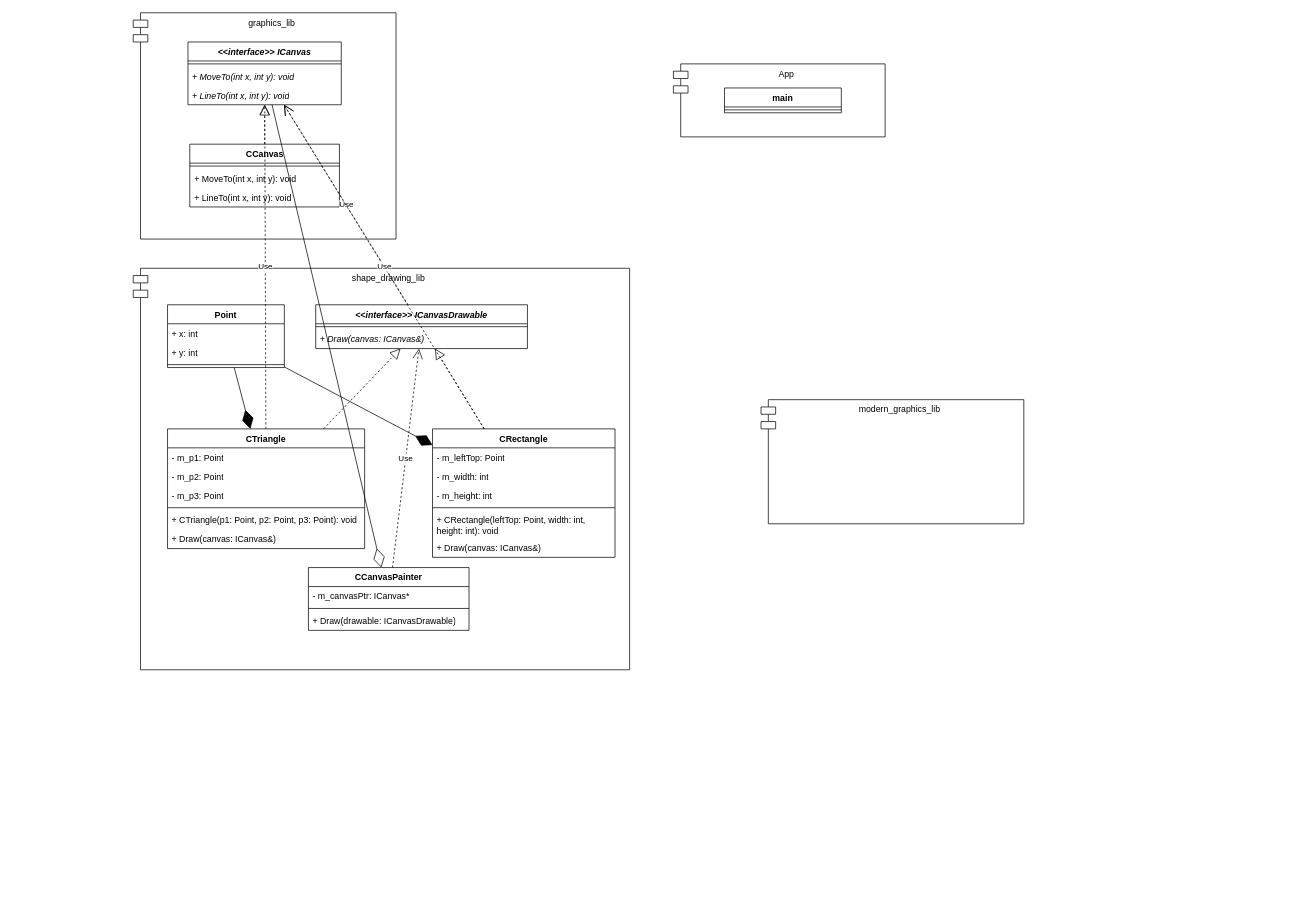
Before: lw6/Adapter.drawio in ProstP/OOD, a draw.io diagram. Source tidied: cells renumbered, new cells numbered last; positions are measured from the earlier drawing's top-left corner, leaving out a move shared by most shapes. Both pictures are drawn from the tidied source at 73%, with x=0, y=0 at pixel (133, 12).
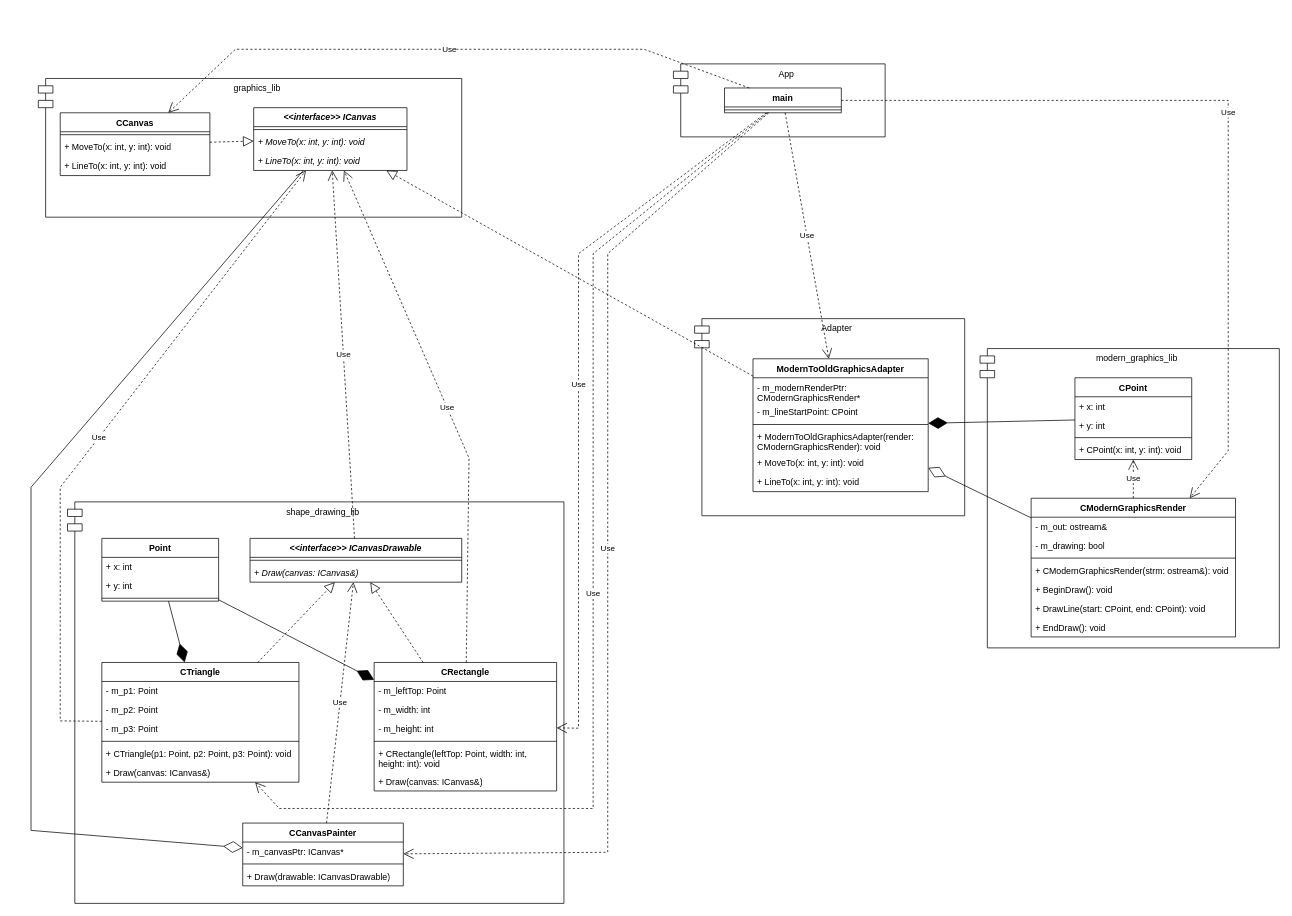
The same page after the edit.

Commit message:
Lw6-1 Доделал диаграмму классов

The change refers to these unchanged cells:
```xml
<mxCell id="3" value="main" style="swimlane;fontStyle=1;align=center;verticalAlign=top;horizontal=1;startSize=26;whiteSpace=wrap;html=1;" parent="1" vertex="1">
  <mxGeometry x="810" y="103" width="160" height="34" as="geometry" />
</mxCell>
```

Diff of the diagram source:
```diff
@@
     <mxCell id="5" value="graphics_lib" style="shape=module;align=left;spacingLeft=20;align=center;verticalAlign=top;whiteSpace=wrap;html=1;" parent="1" vertex="1">
-      <mxGeometry width="360" height="310" as="geometry" />
+      <mxGeometry x="-130" y="90" width="580" height="190" as="geometry" />
     </mxCell>
     <mxCell id="6" value="modern_graphics_lib" style="shape=module;align=left;spacingLeft=20;align=center;verticalAlign=top;whiteSpace=wrap;html=1;" parent="1" vertex="1">
-      <mxGeometry x="860" y="530" width="360" height="170" as="geometry" />
+      <mxGeometry x="1160" y="460" width="410" height="410" as="geometry" />
     </mxCell>
     <mxCell id="7" value="shape_drawing_lib" style="shape=module;align=left;spacingLeft=20;align=center;verticalAlign=top;whiteSpace=wrap;html=1;" parent="1" vertex="1">
-      <mxGeometry y="350" width="680" height="550" as="geometry" />
+      <mxGeometry x="-90" y="670" width="680" height="550" as="geometry" />
     </mxCell>
     <mxCell id="8" value="&lt;i&gt;&amp;lt;&amp;lt;interface&amp;gt;&amp;gt; ICanvas&lt;/i&gt;" style="swimlane;fontStyle=1;align=center;verticalAlign=top;horizontal=1;startSize=26;whiteSpace=wrap;html=1;" parent="1" vertex="1">
-      <mxGeometry x="75" y="40" width="210" height="86" as="geometry" />
+      <mxGeometry x="165" y="130" width="210" height="86" as="geometry" />
     </mxCell>
@@
-    <mxCell id="10" value="&lt;i&gt;+ MoveTo(int x, int y): void&lt;/i&gt;" style="text;strokeColor=none;fillColor=none;align=left;verticalAlign=top;spacingLeft=4;spacingRight=4;overflow=hidden;whiteSpace=wrap;html=1;" parent="8" vertex="1">
+    <mxCell id="10" value="&lt;i&gt;+ MoveTo(x: int, y: int): void&lt;/i&gt;" style="text;strokeColor=none;fillColor=none;align=left;verticalAlign=top;spacingLeft=4;spacingRight=4;overflow=hidden;whiteSpace=wrap;html=1;" parent="8" vertex="1">
       <mxGeometry y="34" width="210" height="26" as="geometry" />
     </mxCell>
-    <mxCell id="11" value="&lt;i&gt;+ LineTo(int x, int y): void&lt;/i&gt;" style="text;strokeColor=none;fillColor=none;align=left;verticalAlign=top;spacingLeft=4;spacingRight=4;overflow=hidden;whiteSpace=wrap;html=1;" parent="8" vertex="1">
+    <mxCell id="11" value="&lt;i&gt;+ LineTo(x: int, y: int): void&lt;/i&gt;" style="text;strokeColor=none;fillColor=none;align=left;verticalAlign=top;spacingLeft=4;spacingRight=4;overflow=hidden;whiteSpace=wrap;html=1;" parent="8" vertex="1">
       <mxGeometry y="60" width="210" height="26" as="geometry" />
     </mxCell>
     <mxCell id="12" value="CCanvas" style="swimlane;fontStyle=1;align=center;verticalAlign=top;horizontal=1;startSize=26;whiteSpace=wrap;html=1;" parent="1" vertex="1">
-      <mxGeometry x="77.5" y="180" width="205" height="86" as="geometry" />
+      <mxGeometry x="-100" y="137" width="205" height="86" as="geometry" />
     </mxCell>
@@
-    <mxCell id="14" value="+ MoveTo(int x, int y): void" style="text;strokeColor=none;fillColor=none;align=left;verticalAlign=top;spacingLeft=4;spacingRight=4;overflow=hidden;whiteSpace=wrap;html=1;" parent="12" vertex="1">
+    <mxCell id="14" value="+ MoveTo(x: int, y: int): void" style="text;strokeColor=none;fillColor=none;align=left;verticalAlign=top;spacingLeft=4;spacingRight=4;overflow=hidden;whiteSpace=wrap;html=1;" parent="12" vertex="1">
       <mxGeometry y="34" width="205" height="26" as="geometry" />
     </mxCell>
-    <mxCell id="15" value="+ LineTo(int x, int y): void" style="text;strokeColor=none;fillColor=none;align=left;verticalAlign=top;spacingLeft=4;spacingRight=4;overflow=hidden;whiteSpace=wrap;html=1;" parent="12" vertex="1">
+    <mxCell id="15" value="+ LineTo(x: int, y: int): void" style="text;strokeColor=none;fillColor=none;align=left;verticalAlign=top;spacingLeft=4;spacingRight=4;overflow=hidden;whiteSpace=wrap;html=1;" parent="12" vertex="1">
       <mxGeometry y="60" width="205" height="26" as="geometry" />
     </mxCell>
@@
     <mxCell id="17" value="Point" style="swimlane;fontStyle=1;align=center;verticalAlign=top;horizontal=1;startSize=26;whiteSpace=wrap;html=1;" parent="1" vertex="1">
-      <mxGeometry x="47" y="400" width="160" height="86" as="geometry" />
+      <mxGeometry x="-43" y="720" width="160" height="86" as="geometry" />
     </mxCell>
@@
     <mxCell id="21" value="&lt;i&gt;&amp;lt;&amp;lt;interface&amp;gt;&amp;gt; ICanvasDrawable&lt;/i&gt;" style="swimlane;fontStyle=1;align=center;verticalAlign=top;horizontal=1;startSize=26;whiteSpace=wrap;html=1;" parent="1" vertex="1">
-      <mxGeometry x="250" y="400" width="290" height="60" as="geometry" />
+      <mxGeometry x="160" y="720" width="290" height="60" as="geometry" />
     </mxCell>
@@
     <mxCell id="25" value="CTriangle" style="swimlane;fontStyle=1;align=center;verticalAlign=top;horizontal=1;startSize=26;whiteSpace=wrap;html=1;" parent="1" vertex="1">
-      <mxGeometry x="47" y="570" width="270" height="164" as="geometry" />
+      <mxGeometry x="-43" y="890" width="270" height="164" as="geometry" />
     </mxCell>
@@
     <mxCell id="34" value="CRectangle" style="swimlane;fontStyle=1;align=center;verticalAlign=top;horizontal=1;startSize=26;whiteSpace=wrap;html=1;" parent="1" vertex="1">
-      <mxGeometry x="410" y="570" width="250" height="176" as="geometry" />
+      <mxGeometry x="330" y="890" width="250" height="176" as="geometry" />
     </mxCell>
@@
     <mxCell id="43" value="Use" style="endArrow=open;endSize=12;dashed=1;html=1;rounded=0;" parent="1" edge="1" source="34" target="8">
-      <mxGeometry relative="1" as="geometry" />
+      <mxGeometry relative="1" as="geometry">
+        <Array as="points">
+          <mxPoint x="460" y="610" />
+        </Array>
+      </mxGeometry>
     </mxCell>
     <mxCell id="44" value="Use" style="endArrow=open;endSize=12;dashed=1;html=1;rounded=0;" parent="1" edge="1" source="25" target="8">
-      <mxGeometry relative="1" as="geometry" />
+      <mxGeometry relative="1" as="geometry">
+        <Array as="points">
+          <mxPoint x="-100" y="970" />
+          <mxPoint x="-100" y="650" />
+        </Array>
+      </mxGeometry>
     </mxCell>
     <mxCell id="45" value="CCanvasPainter" style="swimlane;fontStyle=1;align=center;verticalAlign=top;horizontal=1;startSize=26;whiteSpace=wrap;html=1;" parent="1" vertex="1">
-      <mxGeometry x="240" y="760" width="220" height="86" as="geometry" />
+      <mxGeometry x="150" y="1110" width="220" height="86" as="geometry" />
     </mxCell>
@@
     <mxCell id="49" style="endArrow=diamondThin;endFill=0;endSize=24;html=1;rounded=0;" parent="1" edge="1" source="8" target="45">
-      <mxGeometry relative="1" as="geometry" />
+      <mxGeometry relative="1" as="geometry">
+        <Array as="points">
+          <mxPoint x="-140" y="650" />
+          <mxPoint x="-140" y="1120" />
+        </Array>
+      </mxGeometry>
     </mxCell>
@@
+    <mxCell id="51" value="CPoint" style="swimlane;fontStyle=1;align=center;verticalAlign=top;horizontal=1;startSize=26;whiteSpace=wrap;html=1;" parent="1" vertex="1">
+      <mxGeometry x="1290" y="500" width="160" height="112" as="geometry" />
+    </mxCell>
+    <mxCell id="52" value="+ x: int" style="text;strokeColor=none;fillColor=none;align=left;verticalAlign=top;spacingLeft=4;spacingRight=4;overflow=hidden;whiteSpace=wrap;html=1;" parent="51" vertex="1">
+      <mxGeometry y="26" width="160" height="26" as="geometry" />
+    </mxCell>
+    <mxCell id="53" value="+ y: int" style="text;strokeColor=none;fillColor=none;align=left;verticalAlign=top;spacingLeft=4;spacingRight=4;overflow=hidden;whiteSpace=wrap;html=1;" parent="51" vertex="1">
+      <mxGeometry y="52" width="160" height="26" as="geometry" />
+    </mxCell>
+    <mxCell id="54" style="line;strokeWidth=1;fillColor=none;align=left;verticalAlign=middle;spacingTop=-1;spacingLeft=3;spacingRight=3;labelPosition=right;strokeColor=inherit;" parent="51" vertex="1">
+      <mxGeometry y="78" width="160" height="8" as="geometry" />
+    </mxCell>
+    <mxCell id="55" value="+ CPoint(x: int, y: int): void" style="text;strokeColor=none;fillColor=none;align=left;verticalAlign=top;spacingLeft=4;spacingRight=4;overflow=hidden;whiteSpace=wrap;html=1;" parent="51" vertex="1">
+      <mxGeometry y="86" width="160" height="26" as="geometry" />
+    </mxCell>
+    <mxCell id="56" value="CModernGraphicsRender" style="swimlane;fontStyle=1;align=center;verticalAlign=top;horizontal=1;startSize=26;whiteSpace=wrap;html=1;" parent="1" vertex="1">
+      <mxGeometry x="1230" y="665" width="280" height="190" as="geometry" />
+    </mxCell>
+    <mxCell id="57" value="- m_out: ostream&amp;amp;" style="text;strokeColor=none;fillColor=none;align=left;verticalAlign=top;spacingLeft=4;spacingRight=4;overflow=hidden;whiteSpace=wrap;html=1;" parent="56" vertex="1">
+      <mxGeometry y="26" width="280" height="26" as="geometry" />
+    </mxCell>
+    <mxCell id="58" value="- m_drawing: bool" style="text;strokeColor=none;fillColor=none;align=left;verticalAlign=top;spacingLeft=4;spacingRight=4;overflow=hidden;whiteSpace=wrap;html=1;" parent="56" vertex="1">
+      <mxGeometry y="52" width="280" height="26" as="geometry" />
+    </mxCell>
+    <mxCell id="59" style="line;strokeWidth=1;fillColor=none;align=left;verticalAlign=middle;spacingTop=-1;spacingLeft=3;spacingRight=3;labelPosition=right;strokeColor=inherit;" parent="56" vertex="1">
+      <mxGeometry y="78" width="280" height="8" as="geometry" />
+    </mxCell>
+    <mxCell id="60" value="+&amp;nbsp;&lt;span style=&quot;text-align: center;&quot;&gt;CModernGraphicsRender&lt;/span&gt;(strm: ostream&amp;amp;): void" style="text;strokeColor=none;fillColor=none;align=left;verticalAlign=top;spacingLeft=4;spacingRight=4;overflow=hidden;whiteSpace=wrap;html=1;" parent="56" vertex="1">
+      <mxGeometry y="86" width="280" height="26" as="geometry" />
+    </mxCell>
+    <mxCell id="61" value="+&amp;nbsp;&lt;span style=&quot;text-align: center;&quot;&gt;BeginDraw&lt;/span&gt;(): void" style="text;strokeColor=none;fillColor=none;align=left;verticalAlign=top;spacingLeft=4;spacingRight=4;overflow=hidden;whiteSpace=wrap;html=1;" parent="56" vertex="1">
+      <mxGeometry y="112" width="280" height="26" as="geometry" />
+    </mxCell>
+    <mxCell id="62" value="+&amp;nbsp;&lt;span style=&quot;text-align: center;&quot;&gt;DrawLine&lt;/span&gt;(start: CPoint, end: CPoint): void" style="text;strokeColor=none;fillColor=none;align=left;verticalAlign=top;spacingLeft=4;spacingRight=4;overflow=hidden;whiteSpace=wrap;html=1;" parent="56" vertex="1">
+      <mxGeometry y="138" width="280" height="26" as="geometry" />
+    </mxCell>
+    <mxCell id="63" value="+&amp;nbsp;&lt;span style=&quot;text-align: center;&quot;&gt;EndDraw&lt;/span&gt;(): void" style="text;strokeColor=none;fillColor=none;align=left;verticalAlign=top;spacingLeft=4;spacingRight=4;overflow=hidden;whiteSpace=wrap;html=1;" parent="56" vertex="1">
+      <mxGeometry y="164" width="280" height="26" as="geometry" />
+    </mxCell>
+    <mxCell id="64" value="Use" style="endArrow=open;endSize=12;dashed=1;html=1;rounded=0;" parent="1" edge="1" source="56" target="51">
+      <mxGeometry relative="1" as="geometry" />
+    </mxCell>
+    <mxCell id="65" value="Adapter" style="shape=module;align=left;spacingLeft=20;align=center;verticalAlign=top;whiteSpace=wrap;html=1;" parent="1" vertex="1">
+      <mxGeometry x="769" y="419" width="370" height="270" as="geometry" />
+    </mxCell>
+    <mxCell id="66" value="ModernToOldGraphicsAdapter" style="swimlane;fontStyle=1;align=center;verticalAlign=top;horizontal=1;startSize=26;whiteSpace=wrap;html=1;" parent="1" vertex="1">
+      <mxGeometry x="849" y="474" width="240" height="182" as="geometry" />
+    </mxCell>
+    <mxCell id="67" value="- m_modernRenderPtr: CModernGraphicsRender*" style="text;strokeColor=none;fillColor=none;align=left;verticalAlign=top;spacingLeft=4;spacingRight=4;overflow=hidden;whiteSpace=wrap;html=1;" parent="66" vertex="1">
+      <mxGeometry y="26" width="240" height="34" as="geometry" />
+    </mxCell>
+    <mxCell id="68" value="- m_lineStartPoint: CPoint" style="text;strokeColor=none;fillColor=none;align=left;verticalAlign=top;spacingLeft=4;spacingRight=4;overflow=hidden;whiteSpace=wrap;html=1;" parent="66" vertex="1">
+      <mxGeometry y="60" width="240" height="26" as="geometry" />
+    </mxCell>
+    <mxCell id="69" style="line;strokeWidth=1;fillColor=none;align=left;verticalAlign=middle;spacingTop=-1;spacingLeft=3;spacingRight=3;labelPosition=right;strokeColor=inherit;" parent="66" vertex="1">
+      <mxGeometry y="86" width="240" height="8" as="geometry" />
+    </mxCell>
+    <mxCell id="70" value="+&amp;nbsp;&lt;span style=&quot;text-align: center;&quot;&gt;ModernToOldGraphicsAdapter&lt;/span&gt;(render: CModernGraphicsRender): void" style="text;strokeColor=none;fillColor=none;align=left;verticalAlign=top;spacingLeft=4;spacingRight=4;overflow=hidden;whiteSpace=wrap;html=1;" parent="66" vertex="1">
+      <mxGeometry y="94" width="240" height="36" as="geometry" />
+    </mxCell>
+    <mxCell id="71" value="+ MoveTo(x: int, y: int): void" style="text;strokeColor=none;fillColor=none;align=left;verticalAlign=top;spacingLeft=4;spacingRight=4;overflow=hidden;whiteSpace=wrap;html=1;" parent="66" vertex="1">
+      <mxGeometry y="130" width="240" height="26" as="geometry" />
+    </mxCell>
+    <mxCell id="72" value="+ LineTo(x: int, y: int): void" style="text;strokeColor=none;fillColor=none;align=left;verticalAlign=top;spacingLeft=4;spacingRight=4;overflow=hidden;whiteSpace=wrap;html=1;" parent="66" vertex="1">
+      <mxGeometry y="156" width="240" height="26" as="geometry" />
+    </mxCell>
+    <mxCell id="73" style="endArrow=block;dashed=1;endFill=0;endSize=12;html=1;rounded=0;" parent="1" edge="1" source="66" target="8">
+      <mxGeometry relative="1" as="geometry" />
+    </mxCell>
+    <mxCell id="74" style="endArrow=diamondThin;endFill=1;endSize=24;html=1;rounded=0;" parent="1" edge="1" source="51" target="66">
+      <mxGeometry relative="1" as="geometry" />
+    </mxCell>
+    <mxCell id="75" style="endArrow=diamondThin;endFill=0;endSize=24;html=1;rounded=0;" parent="1" edge="1" source="56" target="66">
+      <mxGeometry relative="1" as="geometry" />
+    </mxCell>
+    <mxCell id="76" value="Use" style="endArrow=open;endSize=12;dashed=1;html=1;rounded=0;" parent="1" edge="1" source="3" target="66">
+      <mxGeometry relative="1" as="geometry" />
+    </mxCell>
+    <mxCell id="77" value="Use" style="endArrow=open;endSize=12;dashed=1;html=1;rounded=0;" parent="1" edge="1" source="3" target="12">
+      <mxGeometry relative="1" as="geometry">
+        <Array as="points">
+          <mxPoint x="700" y="50" />
+          <mxPoint x="140" y="50" />
+        </Array>
+      </mxGeometry>
+    </mxCell>
+    <mxCell id="78" value="Use" style="endArrow=open;endSize=12;dashed=1;html=1;rounded=0;" parent="1" edge="1" source="3" target="56">
+      <mxGeometry relative="1" as="geometry">
+        <Array as="points">
+          <mxPoint x="1500" y="120" />
+          <mxPoint x="1500" y="600" />
+        </Array>
+      </mxGeometry>
+    </mxCell>
+    <mxCell id="79" value="Use" style="endArrow=open;endSize=12;dashed=1;html=1;rounded=0;" parent="1" edge="1" source="3" target="34">
+      <mxGeometry relative="1" as="geometry">
+        <Array as="points">
+          <mxPoint x="610" y="330" />
+          <mxPoint x="610" y="980" />
+        </Array>
+      </mxGeometry>
+    </mxCell>
+    <mxCell id="80" value="Use" style="endArrow=open;endSize=12;dashed=1;html=1;rounded=0;" parent="1" edge="1" source="3" target="25">
+      <mxGeometry relative="1" as="geometry">
+        <Array as="points">
+          <mxPoint x="630" y="330" />
+          <mxPoint x="630" y="1090" />
+          <mxPoint x="200" y="1090" />
+        </Array>
+      </mxGeometry>
+    </mxCell>
+    <mxCell id="81" value="Use" style="endArrow=open;endSize=12;dashed=1;html=1;rounded=0;" parent="1" edge="1" source="3" target="45">
+      <mxGeometry relative="1" as="geometry">
+        <Array as="points">
+          <mxPoint x="650" y="330" />
+          <mxPoint x="650" y="1150" />
+        </Array>
+      </mxGeometry>
+    </mxCell>
```
